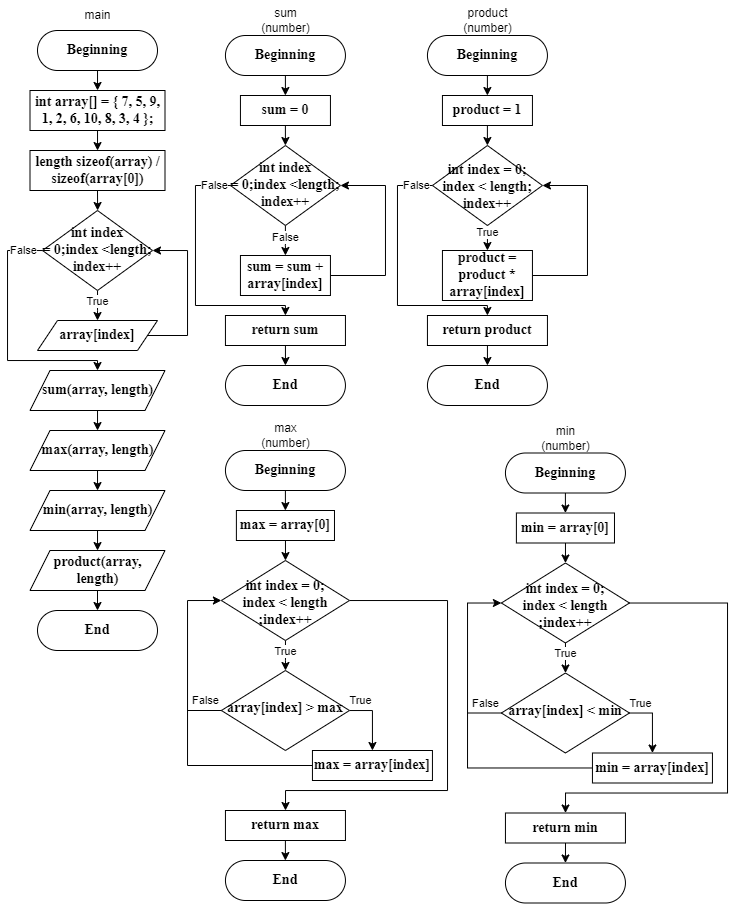
FearlessAtom/Lab16 keeps this draw.io diagram as flowchart2.png. Above is the earlier version. Source tidied: cells renumbered, new cells last; positions are measured from the earlier drawing's top-left corner, leaving out a move shared by most shapes.
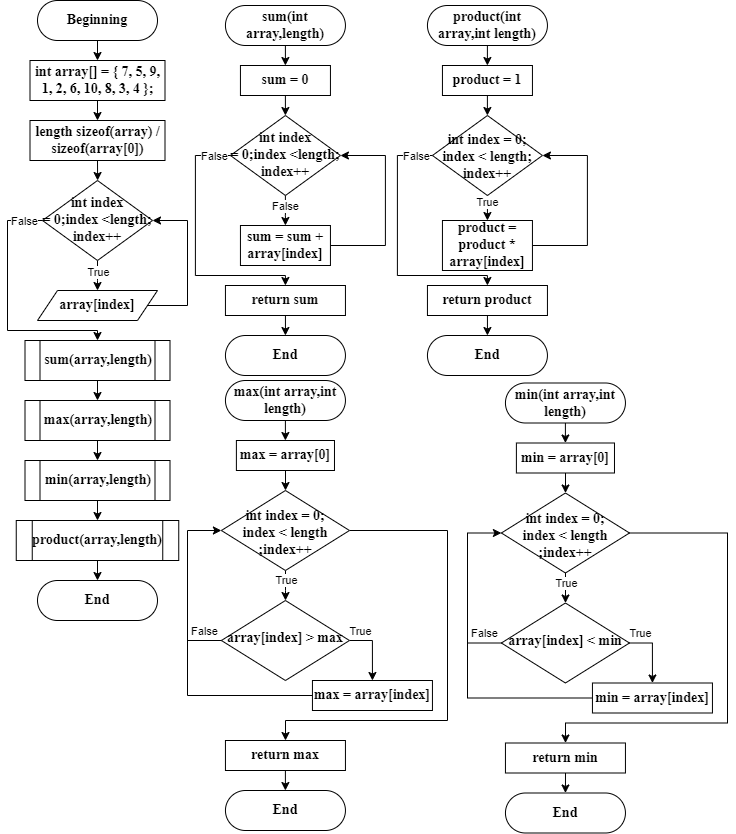
After the commit.

What changed in the source:
```diff
@@ -10,9 +10,6 @@
     <mxCell id="3" value="Beginning" style="rounded=1;whiteSpace=wrap;html=1;fontSize=14;glass=0;strokeWidth=1;shadow=0;arcSize=50;fontStyle=1;fontFamily=Times New Roman;" parent="1" vertex="1">
       <mxGeometry x="30" y="30" width="120" height="40" as="geometry" />
     </mxCell>
-    <mxCell id="4" value="main" style="text;html=1;align=center;verticalAlign=middle;strokeColor=none;fillColor=none;" parent="1" vertex="1">
-      <mxGeometry x="65" width="50" height="30" as="geometry" />
-    </mxCell>
     <mxCell id="5" style="edgeStyle=orthogonalEdgeStyle;rounded=0;jettySize=auto;html=1;" parent="1" edge="1" source="6">
       <mxGeometry relative="1" as="geometry">
         <mxPoint x="90" y="150" as="targetPoint" />
@@ -68,36 +65,17 @@
         </Array>
       </mxGeometry>
     </mxCell>
-    <mxCell id="16" style="edgeStyle=orthogonalEdgeStyle;rounded=0;jettySize=auto;html=1;" parent="1" edge="1" source="17">
-      <mxGeometry relative="1" as="geometry">
-        <mxPoint x="90" y="430" as="targetPoint" />
-      </mxGeometry>
-    </mxCell>
-    <mxCell id="17" value="sum(array, length)" style="shape=parallelogram;perimeter=parallelogramPerimeter;whiteSpace=wrap;html=1;fixedSize=1;fontStyle=1;fontFamily=Times New Roman;fontSize=14;" parent="1" vertex="1">
-      <mxGeometry x="22.5" y="370" width="135" height="40" as="geometry" />
-    </mxCell>
-    <mxCell id="18" style="edgeStyle=orthogonalEdgeStyle;rounded=0;jettySize=auto;html=1;" parent="1" edge="1" source="19">
+    <mxCell id="18" style="edgeStyle=orthogonalEdgeStyle;rounded=0;orthogonalLoop=1;jettySize=auto;html=1;" parent="1" edge="1">
       <mxGeometry relative="1" as="geometry">
+        <mxPoint x="90" y="470" as="sourcePoint" />
         <mxPoint x="90" y="490" as="targetPoint" />
       </mxGeometry>
     </mxCell>
-    <mxCell id="19" value="max(array, length)" style="shape=parallelogram;perimeter=parallelogramPerimeter;whiteSpace=wrap;html=1;fixedSize=1;fontStyle=1;fontFamily=Times New Roman;fontSize=14;" parent="1" vertex="1">
-      <mxGeometry x="22.5" y="430" width="135" height="40" as="geometry" />
-    </mxCell>
-    <mxCell id="20" style="edgeStyle=orthogonalEdgeStyle;rounded=0;jettySize=auto;html=1;" parent="1" edge="1" source="21">
-      <mxGeometry relative="1" as="geometry">
-        <mxPoint x="90" y="550" as="targetPoint" />
-      </mxGeometry>
-    </mxCell>
-    <mxCell id="21" value="min(array, length)" style="shape=parallelogram;perimeter=parallelogramPerimeter;whiteSpace=wrap;html=1;fixedSize=1;fontStyle=1;fontFamily=Times New Roman;fontSize=14;" parent="1" vertex="1">
-      <mxGeometry x="22.5" y="490" width="135" height="40" as="geometry" />
-    </mxCell>
-    <mxCell id="22" style="edgeStyle=orthogonalEdgeStyle;rounded=0;jettySize=auto;html=1;exitX=0.5;exitY=1;exitDx=0;exitDy=0;entryX=0.5;entryY=0;entryDx=0;entryDy=0;" parent="1" edge="1" source="23" target="24">
-      <mxGeometry relative="1" as="geometry" />
+    <mxCell id="22" style="edgeStyle=orthogonalEdgeStyle;rounded=0;jettySize=auto;html=1;exitX=0.5;exitY=1;exitDx=0;exitDy=0;entryX=0.5;entryY=0;entryDx=0;entryDy=0;" parent="1" edge="1" target="24">
+      <mxGeometry relative="1" as="geometry">
+        <mxPoint x="90" y="590" as="sourcePoint" />
+      </mxGeometry>
     </mxCell>
-    <mxCell id="23" value="product(array, length)" style="shape=parallelogram;perimeter=parallelogramPerimeter;whiteSpace=wrap;html=1;fixedSize=1;fontStyle=1;fontFamily=Times New Roman;fontSize=14;" parent="1" vertex="1">
-      <mxGeometry x="22.5" y="550" width="135" height="40" as="geometry" />
-    </mxCell>
     <mxCell id="24" value="End" style="rounded=1;whiteSpace=wrap;html=1;fontSize=14;glass=0;strokeWidth=1;shadow=0;arcSize=50;fontStyle=1;fontFamily=Times New Roman;" parent="1" vertex="1">
       <mxGeometry x="30" y="610" width="120" height="40" as="geometry" />
     </mxCell>
@@ -106,12 +84,9 @@
         <mxPoint x="277.9" y="95" as="targetPoint" />
       </mxGeometry>
     </mxCell>
-    <mxCell id="26" value="Beginning" style="rounded=1;whiteSpace=wrap;html=1;fontSize=14;glass=0;strokeWidth=1;shadow=0;arcSize=50;fontStyle=1;fontFamily=Times New Roman;" parent="1" vertex="1">
+    <mxCell id="26" value="sum(int array,length)" style="rounded=1;whiteSpace=wrap;html=1;fontSize=14;glass=0;strokeWidth=1;shadow=0;arcSize=50;fontStyle=1;fontFamily=Times New Roman;" parent="1" vertex="1">
       <mxGeometry x="217.9" y="35" width="120" height="40" as="geometry" />
     </mxCell>
-    <mxCell id="27" value="sum&lt;br&gt;(number)" style="text;html=1;align=center;verticalAlign=middle;strokeColor=none;fillColor=none;" parent="1" vertex="1">
-      <mxGeometry x="242.9" width="70" height="40" as="geometry" />
-    </mxCell>
     <mxCell id="28" style="edgeStyle=orthogonalEdgeStyle;rounded=0;jettySize=auto;html=1;" parent="1" edge="1" source="29">
       <mxGeometry relative="1" as="geometry">
         <mxPoint x="277.9" y="145" as="targetPoint" />
@@ -171,12 +146,9 @@
         <mxPoint x="479.9" y="95" as="targetPoint" />
       </mxGeometry>
     </mxCell>
-    <mxCell id="41" value="Beginning" style="rounded=1;whiteSpace=wrap;html=1;fontSize=14;glass=0;strokeWidth=1;shadow=0;arcSize=50;fontStyle=1;fontFamily=Times New Roman;" parent="1" vertex="1">
+    <mxCell id="41" value="product(int array,int length)" style="rounded=1;whiteSpace=wrap;html=1;fontSize=14;glass=0;strokeWidth=1;shadow=0;arcSize=50;fontStyle=1;fontFamily=Times New Roman;" parent="1" vertex="1">
       <mxGeometry x="419.9" y="35" width="120" height="40" as="geometry" />
     </mxCell>
-    <mxCell id="42" value="product&lt;br&gt;(number)" style="text;html=1;align=center;verticalAlign=middle;strokeColor=none;fillColor=none;" parent="1" vertex="1">
-      <mxGeometry x="444.9" width="70" height="40" as="geometry" />
-    </mxCell>
     <mxCell id="43" style="edgeStyle=orthogonalEdgeStyle;rounded=0;jettySize=auto;html=1;" parent="1" edge="1" source="44">
       <mxGeometry relative="1" as="geometry">
         <mxPoint x="479.9" y="145" as="targetPoint" />
@@ -231,26 +203,23 @@
     </mxCell>
     <mxCell id="55" style="edgeStyle=orthogonalEdgeStyle;rounded=0;jettySize=auto;html=1;" parent="1" edge="1" source="56">
       <mxGeometry relative="1" as="geometry">
-        <mxPoint x="277.9" y="510" as="targetPoint" />
+        <mxPoint x="277.9" y="470" as="targetPoint" />
       </mxGeometry>
     </mxCell>
-    <mxCell id="56" value="Beginning" style="rounded=1;whiteSpace=wrap;html=1;fontSize=14;glass=0;strokeWidth=1;shadow=0;arcSize=50;fontStyle=1;fontFamily=Times New Roman;" parent="1" vertex="1">
-      <mxGeometry x="217.9" y="450" width="120" height="40" as="geometry" />
+    <mxCell id="56" value="max(int array,int length)" style="rounded=1;whiteSpace=wrap;html=1;fontSize=14;glass=0;strokeWidth=1;shadow=0;arcSize=50;fontStyle=1;fontFamily=Times New Roman;" parent="1" vertex="1">
+      <mxGeometry x="217.9" y="410" width="120" height="40" as="geometry" />
     </mxCell>
-    <mxCell id="57" value="max&lt;br&gt;(number)" style="text;html=1;align=center;verticalAlign=middle;strokeColor=none;fillColor=none;" parent="1" vertex="1">
-      <mxGeometry x="242.9" y="415" width="70" height="40" as="geometry" />
-    </mxCell>
     <mxCell id="58" style="edgeStyle=orthogonalEdgeStyle;rounded=0;jettySize=auto;html=1;" parent="1" edge="1" source="59">
       <mxGeometry relative="1" as="geometry">
-        <mxPoint x="277.9" y="560" as="targetPoint" />
+        <mxPoint x="277.9" y="520" as="targetPoint" />
       </mxGeometry>
     </mxCell>
     <mxCell id="59" value="max = array[0]" style="rounded=0;whiteSpace=wrap;html=1;fontStyle=1;fontFamily=Times New Roman;fontSize=14;" parent="1" vertex="1">
-      <mxGeometry x="228.9" y="510" width="98.1" height="30" as="geometry" />
+      <mxGeometry x="228.9" y="470" width="98.1" height="30" as="geometry" />
     </mxCell>
     <mxCell id="60" style="edgeStyle=orthogonalEdgeStyle;rounded=0;jettySize=auto;html=1;" parent="1" edge="1" source="63">
       <mxGeometry relative="1" as="geometry">
-        <mxPoint x="278" y="670" as="targetPoint" />
+        <mxPoint x="278" y="630" as="targetPoint" />
       </mxGeometry>
     </mxCell>
     <mxCell id="61" value="True" style="edgeLabel;html=1;align=center;verticalAlign=middle;" parent="60" vertex="1">
@@ -260,21 +229,21 @@
     </mxCell>
     <mxCell id="62" style="edgeStyle=orthogonalEdgeStyle;rounded=0;jettySize=auto;html=1;" parent="1" edge="1" source="63">
       <mxGeometry relative="1" as="geometry">
-        <mxPoint x="278" y="810" as="targetPoint" />
+        <mxPoint x="278" y="770" as="targetPoint" />
         <Array as="points">
-          <mxPoint x="440" y="600" />
-          <mxPoint x="440" y="790" />
-          <mxPoint x="278" y="790" />
+          <mxPoint x="440" y="560" />
+          <mxPoint x="440" y="750" />
+          <mxPoint x="278" y="750" />
         </Array>
       </mxGeometry>
     </mxCell>
     <mxCell id="63" value="int index = 0;&lt;br style=&quot;font-size: 14px;&quot;&gt;index &amp;lt; length&lt;br style=&quot;font-size: 14px;&quot;&gt;;index++" style="rhombus;whiteSpace=wrap;html=1;spacingTop=6;fontStyle=1;fontFamily=Times New Roman;fontSize=14;" parent="1" vertex="1">
-      <mxGeometry x="213.9" y="560" width="128.1" height="80" as="geometry" />
+      <mxGeometry x="213.9" y="520" width="128.1" height="80" as="geometry" />
     </mxCell>
     <mxCell id="64" style="edgeStyle=orthogonalEdgeStyle;rounded=0;jettySize=auto;html=1;entryX=0.5;entryY=0;entryDx=0;entryDy=0;" parent="1" edge="1" source="66" target="68">
       <mxGeometry relative="1" as="geometry">
         <Array as="points">
-          <mxPoint x="365" y="710" />
+          <mxPoint x="365" y="670" />
         </Array>
       </mxGeometry>
     </mxCell>
@@ -284,22 +253,22 @@
       </mxGeometry>
     </mxCell>
     <mxCell id="66" value="array[index] &amp;gt; max" style="rhombus;whiteSpace=wrap;html=1;spacingTop=-4;fontStyle=1;fontFamily=Times New Roman;fontSize=14;" parent="1" vertex="1">
-      <mxGeometry x="213.9" y="670" width="128.1" height="80" as="geometry" />
+      <mxGeometry x="213.9" y="630" width="128.1" height="80" as="geometry" />
     </mxCell>
     <mxCell id="67" style="edgeStyle=orthogonalEdgeStyle;rounded=0;jettySize=auto;html=1;entryX=0;entryY=0.5;entryDx=0;entryDy=0;" parent="1" edge="1" source="68" target="63">
       <mxGeometry relative="1" as="geometry">
         <Array as="points">
-          <mxPoint x="180" y="765" />
-          <mxPoint x="180" y="600" />
+          <mxPoint x="180" y="725" />
+          <mxPoint x="180" y="560" />
         </Array>
       </mxGeometry>
     </mxCell>
     <mxCell id="68" value="max = array[index]" style="rounded=0;whiteSpace=wrap;html=1;fontStyle=1;fontFamily=Times New Roman;fontSize=14;" parent="1" vertex="1">
-      <mxGeometry x="304.9" y="750" width="120" height="30" as="geometry" />
+      <mxGeometry x="304.9" y="710" width="120" height="30" as="geometry" />
     </mxCell>
     <mxCell id="69" style="endArrow=none;html=1;rounded=0;exitX=0;exitY=0.5;exitDx=0;exitDy=0;" parent="1" edge="1" source="66">
       <mxGeometry relative="1" as="geometry">
-        <mxPoint x="180" y="710" as="targetPoint" />
+        <mxPoint x="180" y="670" as="targetPoint" />
       </mxGeometry>
     </mxCell>
     <mxCell id="70" value="False" style="edgeLabel;html=1;align=center;verticalAlign=middle;" parent="69" vertex="1">
@@ -309,34 +278,31 @@
     </mxCell>
     <mxCell id="71" style="edgeStyle=orthogonalEdgeStyle;rounded=0;jettySize=auto;html=1;" parent="1" edge="1" source="72">
       <mxGeometry relative="1" as="geometry">
-        <mxPoint x="277.9" y="860" as="targetPoint" />
+        <mxPoint x="277.9" y="820" as="targetPoint" />
       </mxGeometry>
     </mxCell>
     <mxCell id="72" value="return max" style="rounded=0;whiteSpace=wrap;html=1;fontStyle=1;fontFamily=Times New Roman;fontSize=14;" parent="1" vertex="1">
-      <mxGeometry x="217.9" y="810" width="120" height="30" as="geometry" />
+      <mxGeometry x="217.9" y="770" width="120" height="30" as="geometry" />
     </mxCell>
     <mxCell id="73" style="edgeStyle=orthogonalEdgeStyle;rounded=0;jettySize=auto;html=1;" parent="1" edge="1" source="74">
       <mxGeometry relative="1" as="geometry">
-        <mxPoint x="557.9" y="512.5" as="targetPoint" />
+        <mxPoint x="557.9" y="472.5" as="targetPoint" />
       </mxGeometry>
     </mxCell>
-    <mxCell id="74" value="Beginning" style="rounded=1;whiteSpace=wrap;html=1;fontSize=14;glass=0;strokeWidth=1;shadow=0;arcSize=50;fontStyle=1;fontFamily=Times New Roman;" parent="1" vertex="1">
-      <mxGeometry x="497.9" y="452.5" width="120" height="40" as="geometry" />
+    <mxCell id="74" value="min(int array,int length)" style="rounded=1;whiteSpace=wrap;html=1;fontSize=14;glass=0;strokeWidth=1;shadow=0;arcSize=50;fontStyle=1;fontFamily=Times New Roman;" parent="1" vertex="1">
+      <mxGeometry x="497.9" y="412.5" width="120" height="40" as="geometry" />
     </mxCell>
-    <mxCell id="75" value="min&lt;br&gt;(number)" style="text;html=1;align=center;verticalAlign=middle;strokeColor=none;fillColor=none;" parent="1" vertex="1">
-      <mxGeometry x="522.9" y="417.5" width="70" height="40" as="geometry" />
-    </mxCell>
     <mxCell id="76" style="edgeStyle=orthogonalEdgeStyle;rounded=0;jettySize=auto;html=1;" parent="1" edge="1" source="77">
       <mxGeometry relative="1" as="geometry">
-        <mxPoint x="557.9" y="562.5" as="targetPoint" />
+        <mxPoint x="557.9" y="522.5" as="targetPoint" />
       </mxGeometry>
     </mxCell>
     <mxCell id="77" value="min = array[0]" style="rounded=0;whiteSpace=wrap;html=1;fontStyle=1;fontFamily=Times New Roman;fontSize=14;" parent="1" vertex="1">
-      <mxGeometry x="508.9" y="512.5" width="98.1" height="30" as="geometry" />
+      <mxGeometry x="508.9" y="472.5" width="98.1" height="30" as="geometry" />
     </mxCell>
     <mxCell id="78" style="edgeStyle=orthogonalEdgeStyle;rounded=0;jettySize=auto;html=1;" parent="1" edge="1" source="81">
       <mxGeometry relative="1" as="geometry">
-        <mxPoint x="558" y="672.5" as="targetPoint" />
+        <mxPoint x="558" y="632.5" as="targetPoint" />
       </mxGeometry>
     </mxCell>
     <mxCell id="79" value="True" style="edgeLabel;html=1;align=center;verticalAlign=middle;" parent="78" vertex="1">
@@ -346,21 +312,21 @@
     </mxCell>
     <mxCell id="80" style="edgeStyle=orthogonalEdgeStyle;rounded=0;jettySize=auto;html=1;" parent="1" edge="1" source="81">
       <mxGeometry relative="1" as="geometry">
-        <mxPoint x="558" y="812.5" as="targetPoint" />
+        <mxPoint x="558" y="772.5" as="targetPoint" />
         <Array as="points">
-          <mxPoint x="720" y="602.5" />
-          <mxPoint x="720" y="792.5" />
-          <mxPoint x="558" y="792.5" />
+          <mxPoint x="720" y="562.5" />
+          <mxPoint x="720" y="752.5" />
+          <mxPoint x="558" y="752.5" />
         </Array>
       </mxGeometry>
     </mxCell>
     <mxCell id="81" value="int index = 0;&lt;br style=&quot;font-size: 14px;&quot;&gt;index &amp;lt; length&lt;br style=&quot;font-size: 14px;&quot;&gt;;index++" style="rhombus;whiteSpace=wrap;html=1;spacingTop=6;fontStyle=1;fontFamily=Times New Roman;fontSize=14;" parent="1" vertex="1">
-      <mxGeometry x="493.9" y="562.5" width="128.1" height="80" as="geometry" />
+      <mxGeometry x="493.9" y="522.5" width="128.1" height="80" as="geometry" />
     </mxCell>
     <mxCell id="82" style="edgeStyle=orthogonalEdgeStyle;rounded=0;jettySize=auto;html=1;entryX=0.5;entryY=0;entryDx=0;entryDy=0;" parent="1" edge="1" source="84" target="86">
       <mxGeometry relative="1" as="geometry">
         <Array as="points">
-          <mxPoint x="645" y="712.5" />
+          <mxPoint x="645" y="672.5" />
         </Array>
       </mxGeometry>
     </mxCell>
@@ -370,22 +336,22 @@
       </mxGeometry>
     </mxCell>
     <mxCell id="84" value="array[index] &amp;lt; min" style="rhombus;whiteSpace=wrap;html=1;spacingTop=-4;fontStyle=1;fontFamily=Times New Roman;fontSize=14;" parent="1" vertex="1">
-      <mxGeometry x="493.9" y="672.5" width="128.1" height="80" as="geometry" />
+      <mxGeometry x="493.9" y="632.5" width="128.1" height="80" as="geometry" />
     </mxCell>
     <mxCell id="85" style="edgeStyle=orthogonalEdgeStyle;rounded=0;jettySize=auto;html=1;entryX=0;entryY=0.5;entryDx=0;entryDy=0;" parent="1" edge="1" source="86" target="81">
       <mxGeometry relative="1" as="geometry">
         <Array as="points">
-          <mxPoint x="460" y="767.5" />
-          <mxPoint x="460" y="602.5" />
+          <mxPoint x="460" y="727.5" />
+          <mxPoint x="460" y="562.5" />
         </Array>
       </mxGeometry>
     </mxCell>
     <mxCell id="86" value="min = array[index]" style="rounded=0;whiteSpace=wrap;html=1;fontStyle=1;fontFamily=Times New Roman;fontSize=14;" parent="1" vertex="1">
-      <mxGeometry x="584.9" y="752.5" width="120" height="30" as="geometry" />
+      <mxGeometry x="584.9" y="712.5" width="120" height="30" as="geometry" />
     </mxCell>
     <mxCell id="87" style="endArrow=none;html=1;rounded=0;exitX=0;exitY=0.5;exitDx=0;exitDy=0;" parent="1" edge="1" source="84">
       <mxGeometry relative="1" as="geometry">
-        <mxPoint x="460" y="712.5" as="targetPoint" />
+        <mxPoint x="460" y="672.5" as="targetPoint" />
       </mxGeometry>
     </mxCell>
     <mxCell id="88" value="False" style="edgeLabel;html=1;align=center;verticalAlign=middle;" parent="87" vertex="1">
@@ -394,19 +360,40 @@
       </mxGeometry>
     </mxCell>
     <mxCell id="89" value="return min" style="rounded=0;whiteSpace=wrap;html=1;fontStyle=1;fontFamily=Times New Roman;fontSize=14;" parent="1" vertex="1">
-      <mxGeometry x="497.9" y="812.5" width="120" height="30" as="geometry" />
+      <mxGeometry x="497.9" y="772.5" width="120" height="30" as="geometry" />
     </mxCell>
     <mxCell id="90" value="End" style="rounded=1;whiteSpace=wrap;html=1;fontSize=14;glass=0;strokeWidth=1;shadow=0;arcSize=50;fontStyle=1;fontFamily=Times New Roman;" parent="1" vertex="1">
-      <mxGeometry x="217.9" y="860" width="120" height="40" as="geometry" />
+      <mxGeometry x="217.9" y="820" width="120" height="40" as="geometry" />
     </mxCell>
     <mxCell id="91" style="edgeStyle=orthogonalEdgeStyle;rounded=0;orthogonalLoop=1;jettySize=auto;html=1;" parent="1" edge="1">
       <mxGeometry relative="1" as="geometry">
-        <mxPoint x="558" y="842.5" as="sourcePoint" />
-        <mxPoint x="557.9" y="862.5" as="targetPoint" />
+        <mxPoint x="558" y="802.5" as="sourcePoint" />
+        <mxPoint x="557.9" y="822.5" as="targetPoint" />
       </mxGeometry>
     </mxCell>
     <mxCell id="92" value="End" style="rounded=1;whiteSpace=wrap;html=1;fontSize=14;glass=0;strokeWidth=1;shadow=0;arcSize=50;fontStyle=1;fontFamily=Times New Roman;" parent="1" vertex="1">
-      <mxGeometry x="498" y="862.5" width="120" height="40" as="geometry" />
+      <mxGeometry x="498" y="822.5" width="120" height="40" as="geometry" />
     </mxCell>
+    <mxCell id="93" style="edgeStyle=orthogonalEdgeStyle;rounded=0;jettySize=auto;html=1;exitX=0.5;exitY=1;exitDx=0;exitDy=0;entryX=0.5;entryY=0;entryDx=0;entryDy=0;" parent="1" edge="1" source="94" target="95">
+      <mxGeometry relative="1" as="geometry" />
+    </mxCell>
+    <mxCell id="94" value="sum(array,length)" style="shape=process;whiteSpace=wrap;html=1;backgroundOutline=1;fontStyle=1;fontFamily=Times New Roman;fontSize=14;" parent="1" vertex="1">
+      <mxGeometry x="17.5" y="370" width="145" height="40" as="geometry" />
+    </mxCell>
+    <mxCell id="95" value="max(array,length)" style="shape=process;whiteSpace=wrap;html=1;backgroundOutline=1;fontStyle=1;fontFamily=Times New Roman;fontSize=14;" parent="1" vertex="1">
+      <mxGeometry x="17.5" y="430" width="145" height="40" as="geometry" />
+    </mxCell>
+    <mxCell id="96" value="min(array,length)" style="shape=process;whiteSpace=wrap;html=1;backgroundOutline=1;fontStyle=1;fontFamily=Times New Roman;fontSize=14;" parent="1" vertex="1">
+      <mxGeometry x="17.5" y="490" width="145" height="40" as="geometry" />
+    </mxCell>
+    <mxCell id="97" style="edgeStyle=orthogonalEdgeStyle;rounded=0;orthogonalLoop=1;jettySize=auto;html=1;" parent="1" edge="1">
+      <mxGeometry relative="1" as="geometry">
+        <mxPoint x="90" y="530" as="sourcePoint" />
+        <mxPoint x="90" y="550" as="targetPoint" />
+      </mxGeometry>
+    </mxCell>
+    <mxCell id="98" value="product(array,length)" style="shape=process;whiteSpace=wrap;html=1;backgroundOutline=1;fontStyle=1;fontFamily=Times New Roman;fontSize=14;" parent="1" vertex="1">
+      <mxGeometry x="8.8" y="550" width="162.5" height="40" as="geometry" />
+    </mxCell>
   </root>
 </mxGraphModel>
```
